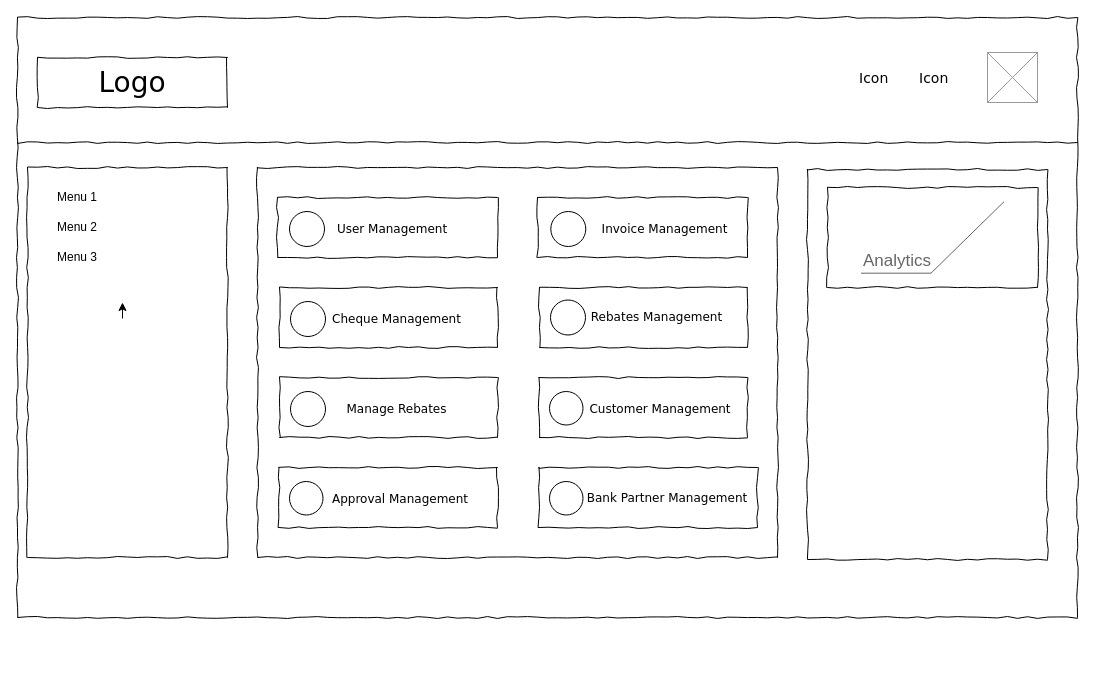
Earlier version of the draw.io diagram page "Invoice" (1 of 2) of src/Untitled Diagram.drawio (talljohnthin/currency). Source tidied: cells renumbered, new cells numbered last; positions are measured from the earlier drawing's top-left corner, leaving out a move shared by most shapes. Both pictures are drawn from the tidied source at 100%, with x=0, y=0 at pixel (17, 17).
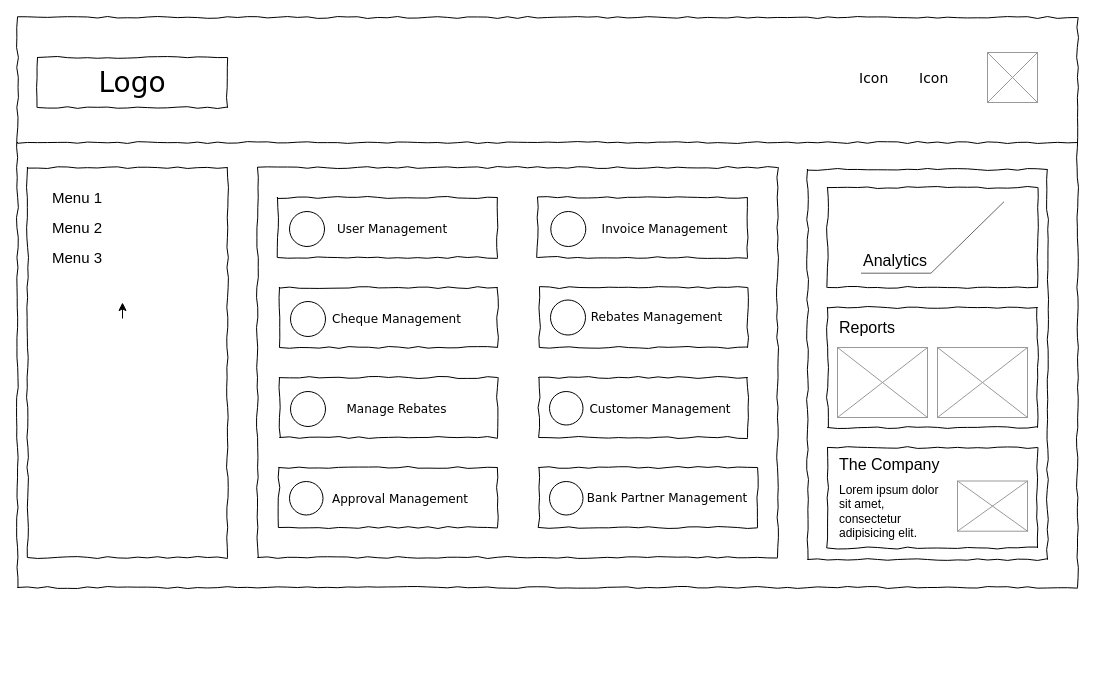
The same diagram, later.

Change to the diagram source:
```diff
@@
     <mxCell id="2" style="whiteSpace=wrap;html=1;rounded=0;shadow=0;labelBackgroundColor=none;strokeColor=#000000;strokeWidth=1;fillColor=none;fontFamily=Verdana;fontSize=12;fontColor=#000000;align=center;comic=1;" parent="1" vertex="1">
-      <mxGeometry width="1060" height="600" as="geometry" />
+      <mxGeometry width="1060" height="570" as="geometry" />
     </mxCell>
@@
-    <mxCell id="44" value="Menu 1" style="text;html=1;strokeColor=none;fillColor=none;align=center;verticalAlign=middle;whiteSpace=wrap;rounded=0;" parent="1" vertex="1">
+    <mxCell id="44" value="Menu 1" style="text;html=1;strokeColor=none;fillColor=none;align=center;verticalAlign=middle;whiteSpace=wrap;rounded=0;fontSize=15;" parent="1" vertex="1">
       <mxGeometry x="20" y="170" width="80" height="20" as="geometry" />
     </mxCell>
-    <mxCell id="45" value="Menu 2" style="text;html=1;strokeColor=none;fillColor=none;align=center;verticalAlign=middle;whiteSpace=wrap;rounded=0;" parent="1" vertex="1">
+    <mxCell id="45" value="Menu 2" style="text;html=1;strokeColor=none;fillColor=none;align=center;verticalAlign=middle;whiteSpace=wrap;rounded=0;fontSize=15;" parent="1" vertex="1">
       <mxGeometry x="20" y="200" width="80" height="20" as="geometry" />
     </mxCell>
-    <mxCell id="46" value="Menu 3" style="text;html=1;strokeColor=none;fillColor=none;align=center;verticalAlign=middle;whiteSpace=wrap;rounded=0;" parent="1" vertex="1">
+    <mxCell id="46" value="Menu 3" style="text;html=1;strokeColor=none;fillColor=none;align=center;verticalAlign=middle;whiteSpace=wrap;rounded=0;fontSize=15;" parent="1" vertex="1">
       <mxGeometry x="20" y="230" width="80" height="20" as="geometry" />
     </mxCell>
     <mxCell id="47" style="group;" parent="1" vertex="1">
-      <mxGeometry x="810" y="170" width="210" height="100" as="geometry" />
+      <mxGeometry x="810" y="170" width="210" height="484.2" as="geometry" />
     </mxCell>
@@
-    <mxCell id="49" value="Analytics" style="strokeWidth=1;shadow=0;dashed=0;align=center;html=1;shape=mxgraph.mockup.text.callout;linkText=;textSize=17;textColor=#666666;callDir=SW;callStyle=line;fontSize=17;fontColor=#666666;align=left;verticalAlign=bottom;strokeColor=#666666;" parent="47" vertex="1">
+    <mxCell id="49" value="&lt;font style=&quot;font-size: 16px&quot; color=&quot;#000000&quot;&gt;Analytics&lt;/font&gt;" style="strokeWidth=1;shadow=0;dashed=0;align=center;html=1;shape=mxgraph.mockup.text.callout;linkText=;textSize=17;textColor=#666666;callDir=SW;callStyle=line;fontSize=17;fontColor=#666666;align=left;verticalAlign=bottom;strokeColor=#666666;" parent="47" vertex="1">
       <mxGeometry x="33.5" y="14.2" width="143" height="71.5" as="geometry" />
     </mxCell>
+    <mxCell id="50" style="group;" parent="1" vertex="1">
+      <mxGeometry x="810" y="290" width="215" height="215" as="geometry" />
+    </mxCell>
+    <mxCell id="51" style="whiteSpace=wrap;html=1;rounded=0;shadow=0;labelBackgroundColor=none;strokeWidth=1;fillColor=none;fontFamily=Verdana;fontSize=12;align=center;comic=1;" parent="50" vertex="1">
+      <mxGeometry width="210" height="120" as="geometry" />
+    </mxCell>
+    <mxCell id="52" style="verticalLabelPosition=bottom;shadow=0;dashed=0;align=center;html=1;verticalAlign=top;strokeWidth=1;shape=mxgraph.mockup.graphics.simpleIcon;strokeColor=#999999;" parent="50" vertex="1">
+      <mxGeometry x="10" y="40" width="90" height="70" as="geometry" />
+    </mxCell>
+    <mxCell id="53" style="verticalLabelPosition=bottom;shadow=0;dashed=0;align=center;html=1;verticalAlign=top;strokeWidth=1;shape=mxgraph.mockup.graphics.simpleIcon;strokeColor=#999999;" parent="50" vertex="1">
+      <mxGeometry x="110" y="40" width="90" height="70" as="geometry" />
+    </mxCell>
+    <mxCell id="54" value="&lt;font style=&quot;font-size: 16px&quot;&gt;Reports&lt;/font&gt;" style="text;html=1;strokeColor=none;fillColor=none;align=center;verticalAlign=middle;whiteSpace=wrap;rounded=0;" parent="50" vertex="1">
+      <mxGeometry y="10" width="80" height="20" as="geometry" />
+    </mxCell>
+    <mxCell id="55" style="group;" parent="1" vertex="1">
+      <mxGeometry x="810" y="430" width="260" height="180" as="geometry" />
+    </mxCell>
+    <mxCell id="56" style="whiteSpace=wrap;html=1;rounded=0;shadow=0;labelBackgroundColor=none;strokeWidth=1;fillColor=none;fontFamily=Verdana;fontSize=12;align=center;comic=1;" parent="55" vertex="1">
+      <mxGeometry width="210" height="100.5" as="geometry" />
+    </mxCell>
+    <mxCell id="57" style="verticalLabelPosition=bottom;shadow=0;dashed=0;align=center;html=1;verticalAlign=top;strokeWidth=1;shape=mxgraph.mockup.graphics.simpleIcon;strokeColor=#999999;" parent="55" vertex="1">
+      <mxGeometry x="130" y="33.5" width="70" height="50.2" as="geometry" />
+    </mxCell>
+    <mxCell id="58" value="&lt;span style=&quot;font-size: 16px&quot;&gt;The Company&lt;/span&gt;" style="text;html=1;strokeColor=none;fillColor=none;align=left;verticalAlign=middle;whiteSpace=wrap;rounded=0;" parent="55" vertex="1">
+      <mxGeometry x="10" y="8.4" width="200" height="16.7" as="geometry" />
+    </mxCell>
+    <mxCell id="59" value="Lorem ipsum dolor sit amet, consectetur adipisicing elit." style="text;spacingTop=-5;whiteSpace=wrap;html=1;align=left;fontSize=12;fontFamily=Helvetica;fillColor=none;strokeColor=none;" parent="55" vertex="1">
+      <mxGeometry x="10" y="33.5" width="110" height="50.2" as="geometry" />
+    </mxCell>
```
